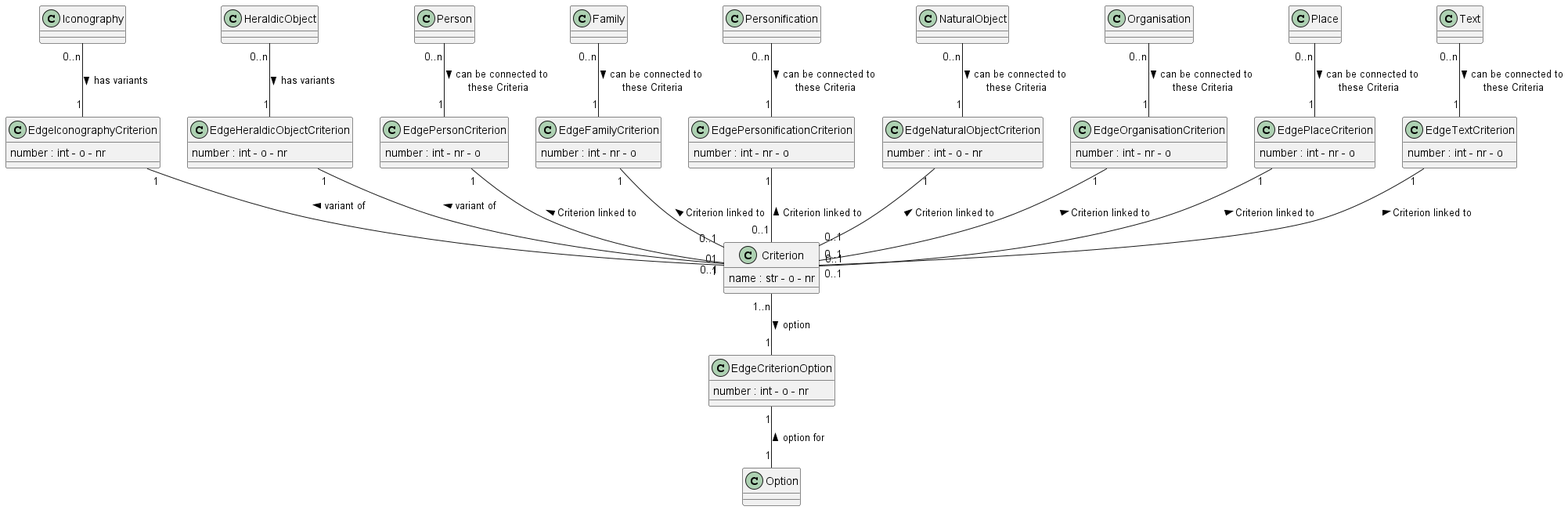
Before: documentation/class_diagrams/Criterion.png, a diagram exported from PlantUML (tmasch/bpf_be). The source it was exported from:
```plantuml
@startuml Criterion
class Criterion
Criterion : name : str - o - nr

class Iconography

class HeraldicObject

class NaturalObject

class Person

class Personification

class Place

class Option

class EdgeIconographyCriterion
EdgeIconographyCriterion : number : int - o - nr

class EdgeHeraldicObjectCriterion
EdgeHeraldicObjectCriterion : number : int - o - nr

class EdgePersonCriterion
EdgePersonCriterion : number : int - nr - o

class EdgeFamilyCriterion
EdgeFamilyCriterion : number : int - nr - o

class EdgePersonificationCriterion
EdgePersonificationCriterion : number : int - nr - o

class EdgeNaturalObjectCriterion
EdgeNaturalObjectCriterion : number : int - o - nr

class EdgeOrganisationCriterion
EdgeOrganisationCriterion : number : int - nr - o

class EdgePlaceCriterion
EdgePlaceCriterion : number : int - nr - o

class EdgeTextCriterion
EdgeTextCriterion : number : int - nr - o

class EdgeCriterionOption
EdgeCriterionOption : number : int - o - nr

Iconography "0..n" -- "1" EdgeIconographyCriterion : has variants >
EdgeIconographyCriterion "1" -- "01" Criterion : variant of <

HeraldicObject "0..n" -- "1" EdgeHeraldicObjectCriterion : has variants >
EdgeHeraldicObjectCriterion "1" -- "1" Criterion : variant of <

Criterion "1..n" -- "1" EdgeCriterionOption : option >
EdgeCriterionOption "1" -- "1" Option : < option for

Person "0..n" -- "1" EdgePersonCriterion : > can be connected to \n these Criteria
EdgePersonCriterion "1" -- "0..1" Criterion : \n Criterion linked to <

Family "0..n" -- "1" EdgeFamilyCriterion : > can be connected to \n these Criteria
EdgeFamilyCriterion "1" -- "0..1" Criterion : \n Criterion linked to <

Organisation "0..n" -- "1" EdgeOrganisationCriterion : > can be connected to \n these Criteria
EdgeOrganisationCriterion "1" -- "0..1" Criterion : \n Criterion linked to <

Personification "0..n" -- "1" EdgePersonificationCriterion : > can be connected to \n these Criteria
EdgePersonificationCriterion "1" -- "0..1" Criterion : \n Criterion linked to <

NaturalObject "0..n" -- "1" EdgeNaturalObjectCriterion : > can be connected to \n these Criteria
EdgeNaturalObjectCriterion "1" -- "0..1" Criterion : \n Criterion linked to <

Place "0..n" -- "1" EdgePlaceCriterion : > can be connected to \n these Criteria
EdgePlaceCriterion "1" -- "0..1" Criterion : \n Criterion linked to <

Text "0..n" -- "1" EdgeTextCriterion : > can be connected to \n these Criteria
EdgeTextCriterion "1" -- "0..1" Criterion : \n Criterion linked to <



@enduml
```
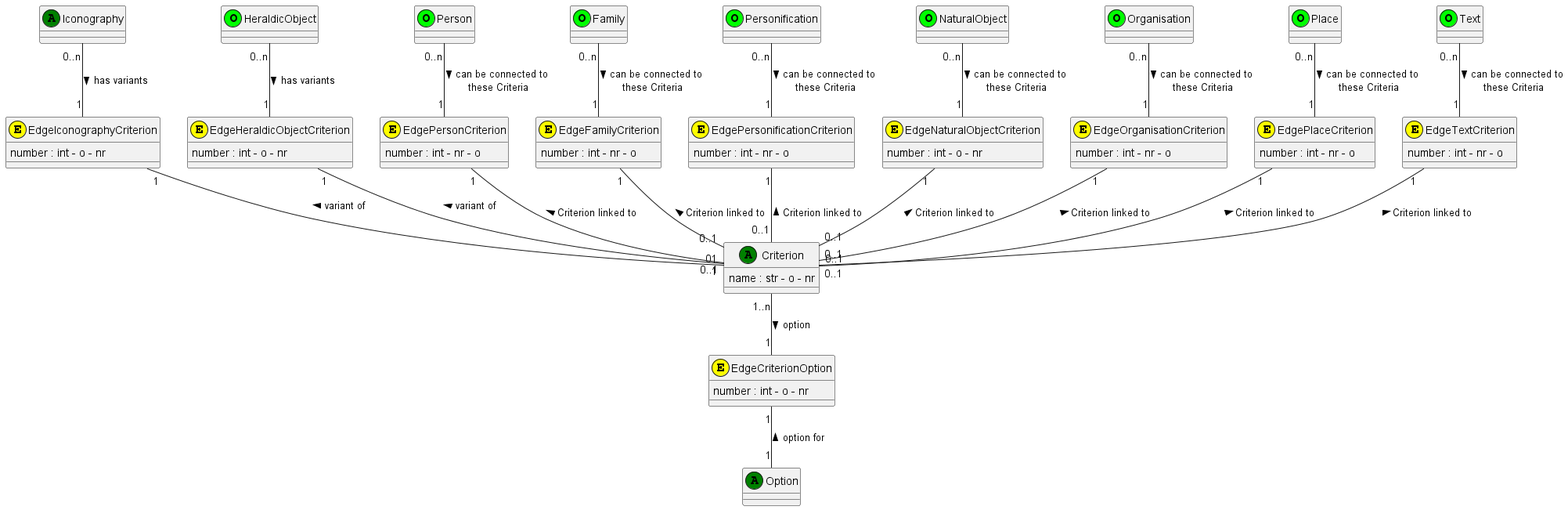
After the commit.

What changed in the source:
```diff
@@ -1,49 +1,55 @@
 @startuml Criterion
-class Criterion
+class Criterion <<(A,green)>>
 Criterion : name : str - o - nr
 
-class Iconography
+class Iconography <<(A,green)>>
 
-class HeraldicObject
+class HeraldicObject <<(O,lime)>>
 
-class NaturalObject
+class NaturalObject <<(O,lime)>>
 
-class Person
+class Person <<(O,lime)>>
 
-class Personification
+class Family <<(O,lime)>>
 
-class Place
+class Personification <<(O,lime)>>
 
-class Option
+class Organisation <<(O,lime)>>
 
-class EdgeIconographyCriterion
+class Place <<(O,lime)>>
+
+class Text <<(O,lime)>>
+
+class Option <<(A,green)>>
+
+class EdgeIconographyCriterion <<(E,yellow)>>
 EdgeIconographyCriterion : number : int - o - nr
 
-class EdgeHeraldicObjectCriterion
+class EdgeHeraldicObjectCriterion <<(E,yellow)>>
 EdgeHeraldicObjectCriterion : number : int - o - nr
 
-class EdgePersonCriterion
+class EdgePersonCriterion <<(E,yellow)>>
 EdgePersonCriterion : number : int - nr - o
 
-class EdgeFamilyCriterion
+class EdgeFamilyCriterion <<(E,yellow)>>
 EdgeFamilyCriterion : number : int - nr - o
 
-class EdgePersonificationCriterion
+class EdgePersonificationCriterion <<(E,yellow)>>
 EdgePersonificationCriterion : number : int - nr - o
 
-class EdgeNaturalObjectCriterion
+class EdgeNaturalObjectCriterion <<(E,yellow)>>
 EdgeNaturalObjectCriterion : number : int - o - nr
 
-class EdgeOrganisationCriterion
+class EdgeOrganisationCriterion <<(E,yellow)>>
 EdgeOrganisationCriterion : number : int - nr - o
 
-class EdgePlaceCriterion
+class EdgePlaceCriterion <<(E,yellow)>>
 EdgePlaceCriterion : number : int - nr - o
 
-class EdgeTextCriterion
+class EdgeTextCriterion <<(E,yellow)>>
 EdgeTextCriterion : number : int - nr - o
 
-class EdgeCriterionOption
+class EdgeCriterionOption <<(E,yellow)>>
 EdgeCriterionOption : number : int - o - nr
 
 Iconography "0..n" -- "1" EdgeIconographyCriterion : has variants >
```
